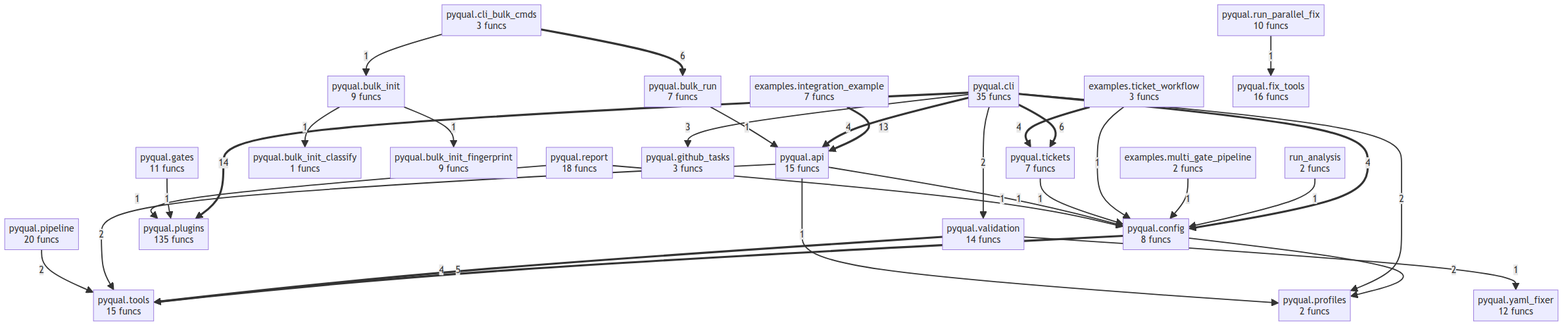
semcod/pyqual keeps this Mermaid diagram as project/compact_flow.png. Above is the earlier version. Its source is kept beside it as project/compact_flow.mmd.
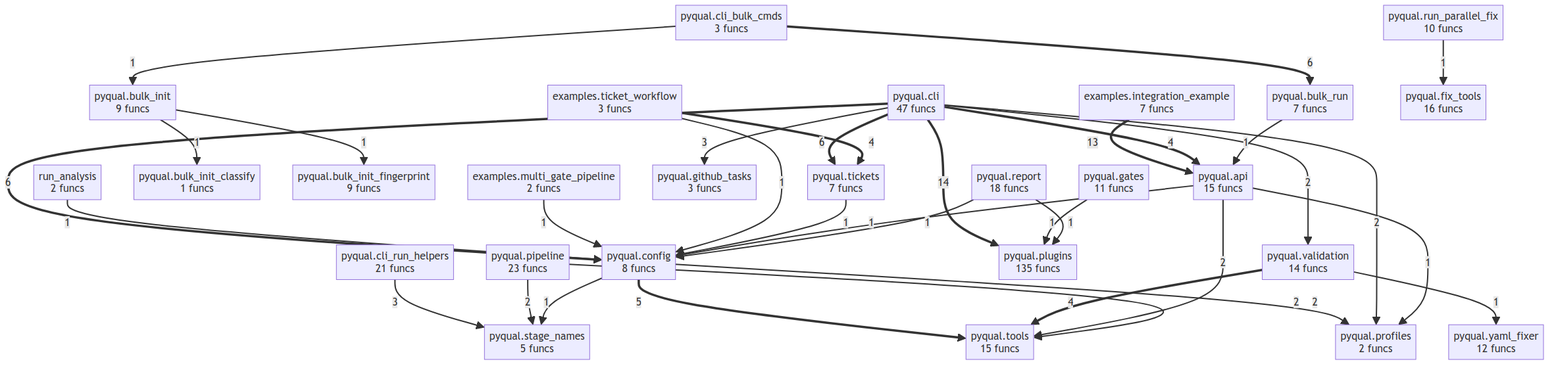
After the commit.

Diff of the diagram source:
```diff
@@ -7,17 +7,19 @@
     pyqual__bulk_init_classify["pyqual.bulk_init_classify<br/>1 funcs"]
     pyqual__bulk_init_fingerprint["pyqual.bulk_init_fingerprint<br/>9 funcs"]
     pyqual__bulk_run["pyqual.bulk_run<br/>7 funcs"]
-    pyqual__cli["pyqual.cli<br/>35 funcs"]
+    pyqual__cli["pyqual.cli<br/>47 funcs"]
     pyqual__cli_bulk_cmds["pyqual.cli_bulk_cmds<br/>3 funcs"]
+    pyqual__cli_run_helpers["pyqual.cli_run_helpers<br/>21 funcs"]
     pyqual__config["pyqual.config<br/>8 funcs"]
     pyqual__fix_tools["pyqual.fix_tools<br/>16 funcs"]
     pyqual__gates["pyqual.gates<br/>11 funcs"]
     pyqual__github_tasks["pyqual.github_tasks<br/>3 funcs"]
-    pyqual__pipeline["pyqual.pipeline<br/>20 funcs"]
+    pyqual__pipeline["pyqual.pipeline<br/>23 funcs"]
     pyqual__plugins["pyqual.plugins<br/>135 funcs"]
     pyqual__profiles["pyqual.profiles<br/>2 funcs"]
     pyqual__report["pyqual.report<br/>18 funcs"]
     pyqual__run_parallel_fix["pyqual.run_parallel_fix<br/>10 funcs"]
+    pyqual__stage_names["pyqual.stage_names<br/>5 funcs"]
     pyqual__tickets["pyqual.tickets<br/>7 funcs"]
     pyqual__tools["pyqual.tools<br/>15 funcs"]
     pyqual__validation["pyqual.validation<br/>14 funcs"]
@@ -26,29 +28,32 @@
     pyqual__cli ==>|14| pyqual__plugins
     examples__integration_example ==>|13| pyqual__api
     pyqual__cli_bulk_cmds ==>|6| pyqual__bulk_run
+    pyqual__cli ==>|6| pyqual__config
     pyqual__cli ==>|6| pyqual__tickets
     pyqual__config ==>|5| pyqual__tools
     examples__ticket_workflow ==>|4| pyqual__tickets
     pyqual__validation ==>|4| pyqual__tools
-    pyqual__cli ==>|4| pyqual__config
     pyqual__cli ==>|4| pyqual__api
+    pyqual__cli_run_helpers -->|3| pyqual__stage_names
     pyqual__cli -->|3| pyqual__github_tasks
     pyqual__config -->|2| pyqual__profiles
     pyqual__api -->|2| pyqual__tools
+    pyqual__pipeline -->|2| pyqual__stage_names
     pyqual__pipeline -->|2| pyqual__tools
     pyqual__cli -->|2| pyqual__profiles
     pyqual__cli -->|2| pyqual__validation
     run_analysis -->|1| pyqual__config
     examples__multi_gate_pipeline -->|1| pyqual__config
     examples__ticket_workflow -->|1| pyqual__config
+    pyqual__config -->|1| pyqual__stage_names
     pyqual__gates -->|1| pyqual__plugins
     pyqual__tickets -->|1| pyqual__config
     pyqual__cli_bulk_cmds -->|1| pyqual__bulk_init
     pyqual__api -->|1| pyqual__config
     pyqual__api -->|1| pyqual__profiles
     pyqual__run_parallel_fix -->|1| pyqual__fix_tools
+    pyqual__validation -->|1| pyqual__yaml_fixer
     pyqual__bulk_run -->|1| pyqual__api
-    pyqual__validation -->|1| pyqual__yaml_fixer
     pyqual__bulk_init -->|1| pyqual__bulk_init_classify
     pyqual__bulk_init -->|1| pyqual__bulk_init_fingerprint
     pyqual__report -->|1| pyqual__plugins
```
